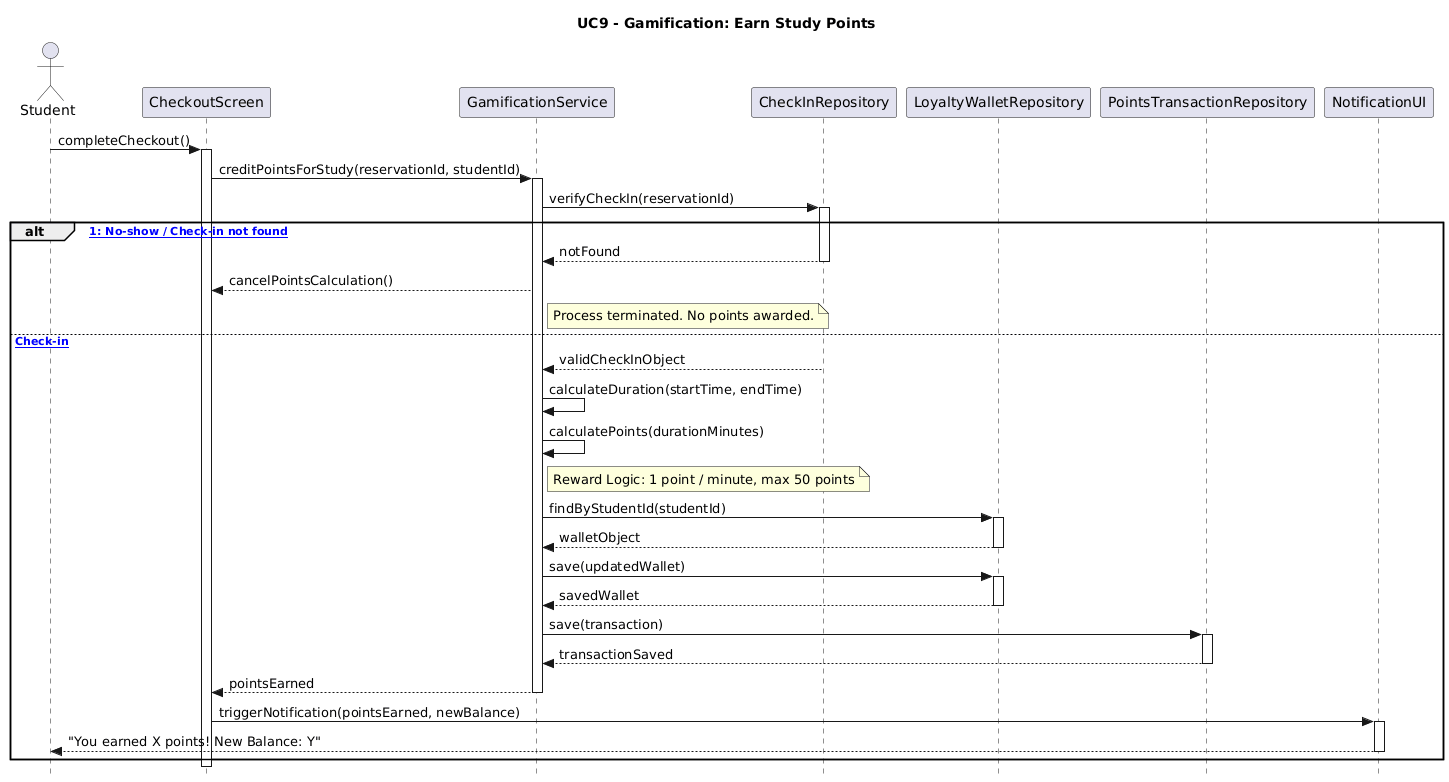
Above: uc9sd.png in GTRIANTAF/Studdict (PlantUML), before the change. The source it was exported from:
```plantuml
@startuml
title UC9 - Gamification: Earn Study Points
skinparam style strictuml

actor "Student" as Student
participant "CheckoutScreen" as CheckoutScreen
participant "GamificationService" as GameService
participant "CheckInRepository" as CheckInRepo
participant "LoyaltyWalletRepository" as WalletRepo
participant "PointsTransactionRepository" as TxRepo
participant "NotificationUI" as PushNotif

Student -> CheckoutScreen : completeCheckout()
activate CheckoutScreen

CheckoutScreen -> GameService : creditPointsForStudy(reservationId, studentId)
activate GameService

GameService -> CheckInRepo : verifyCheckIn(reservationId)
activate CheckInRepo

alt [Alt 1: No-show / Check-in not found]
    CheckInRepo --> GameService : notFound
    deactivate CheckInRepo

    GameService --> CheckoutScreen : cancelPointsCalculation()
    note right of GameService: Process terminated. No points awarded.

else [Valid Check-in]
    CheckInRepo --> GameService : validCheckInObject

    GameService -> GameService : calculateDuration(startTime, endTime)

    GameService -> GameService : calculatePoints(durationMinutes)
    note right of GameService: Reward Logic: 1 point / minute, max 50 points

    GameService -> WalletRepo : findByStudentId(studentId)
    activate WalletRepo
    WalletRepo --> GameService : walletObject
    deactivate WalletRepo

    GameService -> WalletRepo : save(updatedWallet)
    activate WalletRepo
    WalletRepo --> GameService : savedWallet
    deactivate WalletRepo

    GameService -> TxRepo : save(transaction)
    activate TxRepo
    TxRepo --> GameService : transactionSaved
    deactivate TxRepo

    GameService --> CheckoutScreen : pointsEarned
    deactivate GameService

    CheckoutScreen -> PushNotif : triggerNotification(pointsEarned, newBalance)
    activate PushNotif
    PushNotif --> Student : "You earned X points! New Balance: Y"
    deactivate PushNotif
end

deactivate CheckoutScreen
@enduml
```
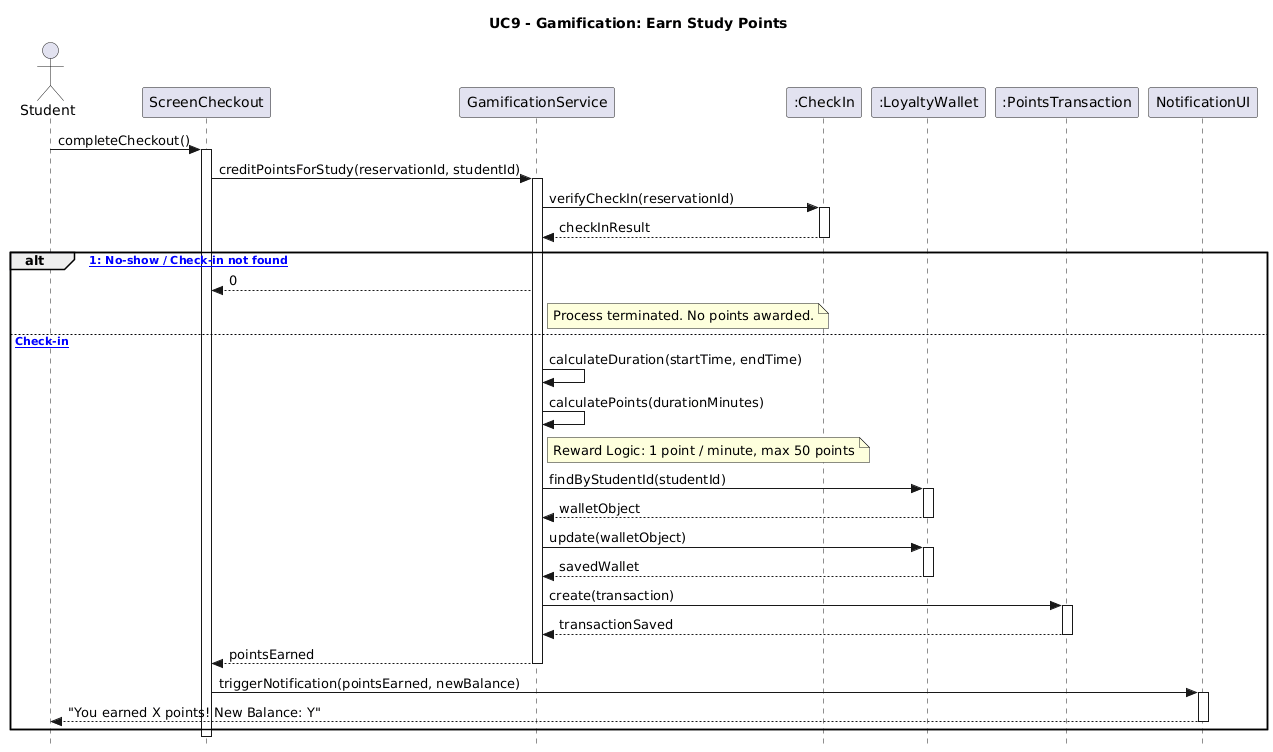
Above is the later version.

Diff of the diagram source:
```diff
@@ -3,11 +3,11 @@
 skinparam style strictuml
 
 actor "Student" as Student
-participant "CheckoutScreen" as CheckoutScreen
+participant "ScreenCheckout" as CheckoutScreen
 participant "GamificationService" as GameService
-participant "CheckInRepository" as CheckInRepo
-participant "LoyaltyWalletRepository" as WalletRepo
-participant "PointsTransactionRepository" as TxRepo
+participant ":CheckIn" as CheckIn
+participant ":LoyaltyWallet" as LoyaltyWallet
+participant ":PointsTransaction" as PointsTransaction
 participant "NotificationUI" as PushNotif
 
 Student -> CheckoutScreen : completeCheckout()
@@ -16,38 +16,36 @@
 CheckoutScreen -> GameService : creditPointsForStudy(reservationId, studentId)
 activate GameService
 
-GameService -> CheckInRepo : verifyCheckIn(reservationId)
-activate CheckInRepo
+GameService -> CheckIn : verifyCheckIn(reservationId)
+activate CheckIn
+CheckIn --> GameService : checkInResult
+deactivate CheckIn
 
 alt [Alt 1: No-show / Check-in not found]
-    CheckInRepo --> GameService : notFound
-    deactivate CheckInRepo
-
-    GameService --> CheckoutScreen : cancelPointsCalculation()
+    GameService --> CheckoutScreen : 0
     note right of GameService: Process terminated. No points awarded.
 
 else [Valid Check-in]
-    CheckInRepo --> GameService : validCheckInObject
 
     GameService -> GameService : calculateDuration(startTime, endTime)
 
     GameService -> GameService : calculatePoints(durationMinutes)
     note right of GameService: Reward Logic: 1 point / minute, max 50 points
 
-    GameService -> WalletRepo : findByStudentId(studentId)
-    activate WalletRepo
-    WalletRepo --> GameService : walletObject
-    deactivate WalletRepo
+    GameService -> LoyaltyWallet : findByStudentId(studentId)
+    activate LoyaltyWallet
+    LoyaltyWallet --> GameService : walletObject
+    deactivate LoyaltyWallet
 
-    GameService -> WalletRepo : save(updatedWallet)
-    activate WalletRepo
-    WalletRepo --> GameService : savedWallet
-    deactivate WalletRepo
+    GameService -> LoyaltyWallet : update(walletObject)
+    activate LoyaltyWallet
+    LoyaltyWallet --> GameService : savedWallet
+    deactivate LoyaltyWallet
 
-    GameService -> TxRepo : save(transaction)
-    activate TxRepo
-    TxRepo --> GameService : transactionSaved
-    deactivate TxRepo
+    GameService -> PointsTransaction : create(transaction)
+    activate PointsTransaction
+    PointsTransaction --> GameService : transactionSaved
+    deactivate PointsTransaction
 
     GameService --> CheckoutScreen : pointsEarned
     deactivate GameService
```
